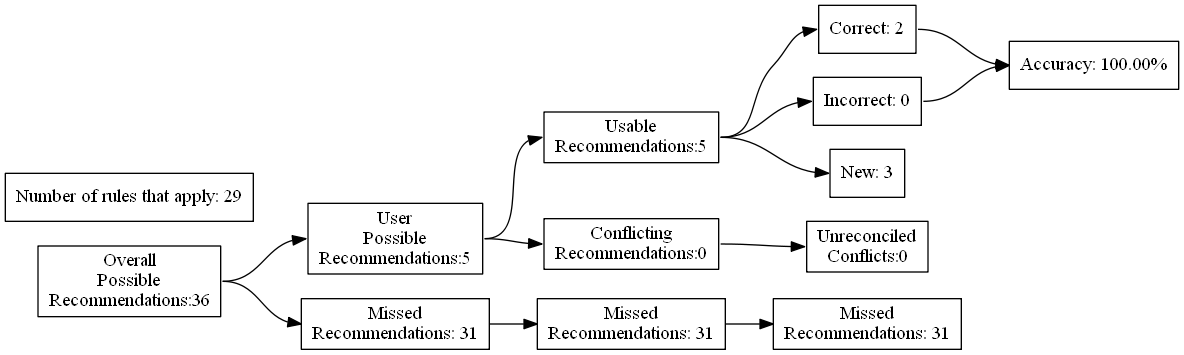
Above: test_renders/11.gv.png in ZaxR/ibd_diet_analysis (Graphviz), before the change. Its source is kept beside it as test_renders/11.gv.
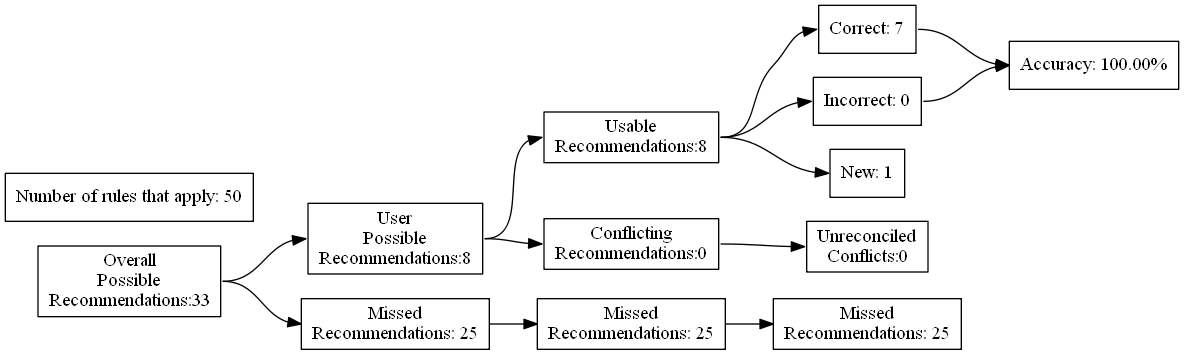
Above is the later version.

The edit, as a diff of the source:
```diff
@@ -4,27 +4,27 @@
 	edge [headport=w tailport=e]
 		A [label="Overall
 Possible
-Recommendations:36"]
+Recommendations:33"]
 		B [label="User
 Possible
-Recommendations:5"]
+Recommendations:8"]
 		C [label="Missed
-Recommendations: 31"]
+Recommendations: 25"]
 		D [label="Usable
-Recommendations:5"]
+Recommendations:8"]
 		E [label="Conflicting
 Recommendations:0"]
 		J [label="Missed
-Recommendations: 31"]
+Recommendations: 25"]
 		M [label="Unreconciled
 Conflicts:0"]
-		F [label="Correct: 2"]
+		F [label="Correct: 7"]
 		G [label="Incorrect: 0"]
-		H [label="New: 3"]
+		H [label="New: 1"]
 		K [label="Missed
-Recommendations: 31"]
+Recommendations: 25"]
 		I [label="Accuracy: 100.00%"]
-		l [label="Number of rules that apply: 29"]
+		l [label="Number of rules that apply: 50"]
 			A -> B
 			A -> C
 			B -> D
```
